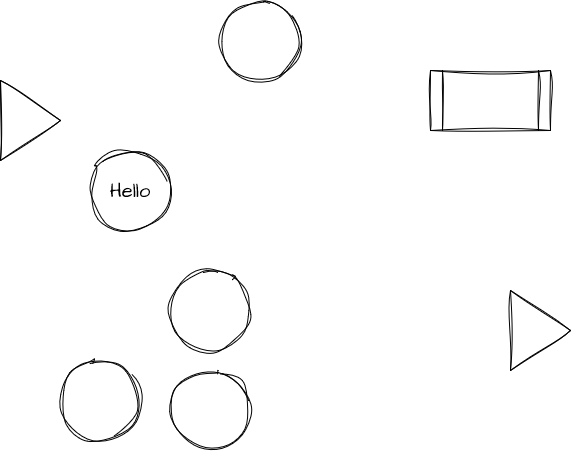
Above: Untitled Diagram.drawio.png in Pinnacle-Sahin/Pinnacle-Sahin (draw.io), before the change. Source tidied: cells renumbered, new cells last; positions are measured from the earlier drawing's top-left corner, leaving out a move shared by most shapes.
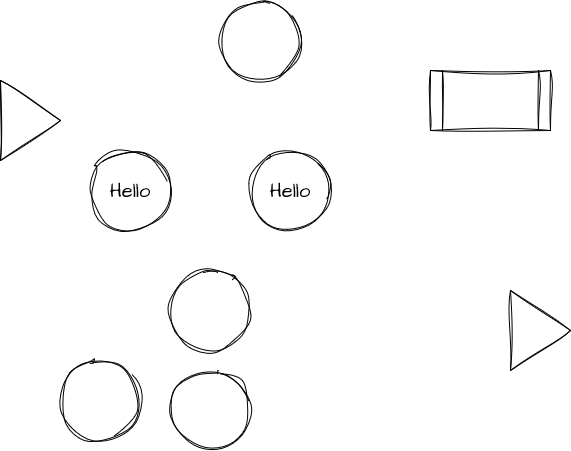
After the commit.

Diff of the diagram source:
```diff
@@ -26,5 +26,8 @@
     <mxCell id="9" value="Hello" style="ellipse;whiteSpace=wrap;html=1;sketch=1;hachureGap=4;jiggle=2;curveFitting=1;fontFamily=Architects Daughter;fontSource=https%3A%2F%2Ffonts.googleapis.com%2Fcss%3Ffamily%3DArchitects%2BDaughter;fontSize=20;" parent="1" vertex="1">
       <mxGeometry x="90" y="150" width="80" height="80" as="geometry" />
     </mxCell>
+    <mxCell id="10" value="Hello" style="ellipse;whiteSpace=wrap;html=1;sketch=1;hachureGap=4;jiggle=2;curveFitting=1;fontFamily=Architects Daughter;fontSource=https%3A%2F%2Ffonts.googleapis.com%2Fcss%3Ffamily%3DArchitects%2BDaughter;fontSize=20;" parent="1" vertex="1">
+      <mxGeometry x="250" y="150" width="80" height="80" as="geometry" />
+    </mxCell>
   </root>
 </mxGraphModel>
```
